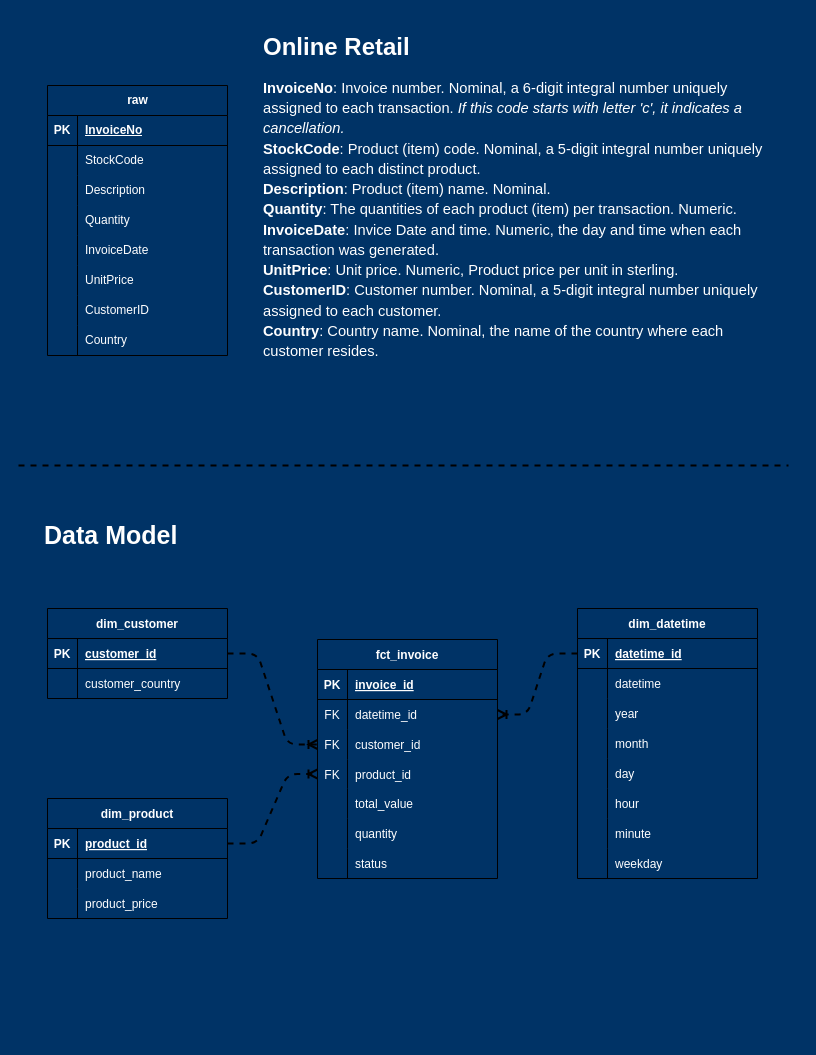
This is include/dataset/data_model.drawio from phcngyn99/online-retail, a draw.io file, before an edit. Source tidied: cells renumbered, new cells numbered last; positions are measured from the earlier drawing's top-left corner, leaving out a move shared by most shapes. Both pictures are drawn from the tidied source at 100%, with x=0, y=0 at pixel (18, 27).
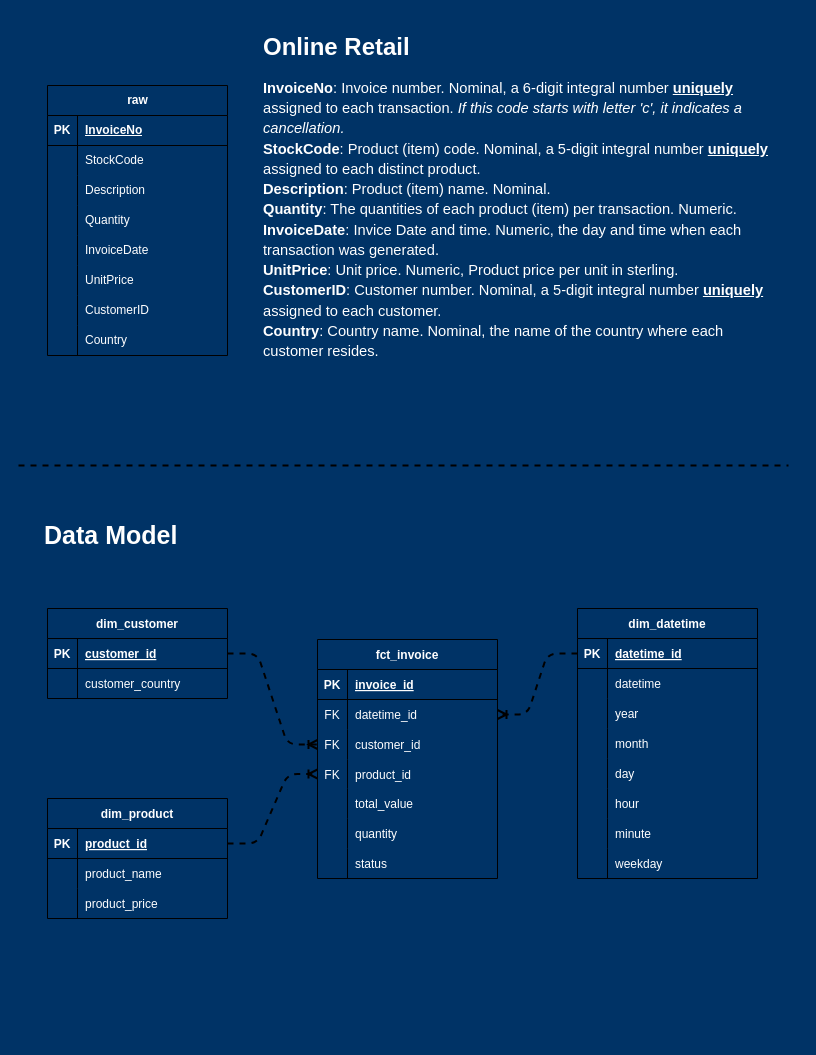
Above is the later version.

Commit message:
Fix model diagram

Diff of the diagram source:
```diff
@@
-    <mxCell id="92" value="&lt;h1&gt;&lt;font&gt;Online Retail&lt;/font&gt;&lt;/h1&gt;&lt;p style=&quot;line-height:1.38;margin-top:0pt;margin-bottom:0pt;&quot; dir=&quot;ltr&quot;&gt;&lt;span style=&quot;font-size: 11pt; font-family: Arial, sans-serif; background-color: transparent; font-variant: normal; text-decoration: none; vertical-align: baseline;&quot;&gt;&lt;font style=&quot;&quot;&gt;&lt;b style=&quot;font-style: normal;&quot;&gt;InvoiceNo&lt;/b&gt;: Invoice number. Nominal, a 6-digit integral number uniquely assigned to each transaction. &lt;i&gt;If this code starts with letter 'c', it indicates a cancellation.&lt;/i&gt;&lt;/font&gt;&lt;/span&gt;&lt;/p&gt;&lt;p style=&quot;line-height:1.38;margin-top:0pt;margin-bottom:0pt;&quot; dir=&quot;ltr&quot;&gt;&lt;span style=&quot;font-size: 11pt; font-family: Arial, sans-serif; background-color: transparent; font-style: normal; font-variant: normal; text-decoration: none; vertical-align: baseline;&quot;&gt;&lt;font style=&quot;&quot;&gt;&lt;b&gt;StockCode&lt;/b&gt;: Product (item) code. Nominal, a 5-digit integral number uniquely assigned to each distinct product.&lt;/font&gt;&lt;/span&gt;&lt;/p&gt;&lt;p style=&quot;line-height:1.38;margin-top:0pt;margin-bottom:0pt;&quot; dir=&quot;ltr&quot;&gt;&lt;span style=&quot;font-size: 11pt; font-family: Arial, sans-serif; background-color: transparent; font-style: normal; font-variant: normal; text-decoration: none; vertical-align: baseline;&quot;&gt;&lt;font style=&quot;&quot;&gt;&lt;b&gt;Description&lt;/b&gt;: Product (item) name. Nominal.&lt;/font&gt;&lt;/span&gt;&lt;/p&gt;&lt;p style=&quot;line-height:1.38;margin-top:0pt;margin-bottom:0pt;&quot; dir=&quot;ltr&quot;&gt;&lt;span style=&quot;font-size: 11pt; font-family: Arial, sans-serif; background-color: transparent; font-style: normal; font-variant: normal; text-decoration: none; vertical-align: baseline;&quot;&gt;&lt;font style=&quot;&quot;&gt;&lt;b&gt;Quantity&lt;/b&gt;: The quantities of each product (item) per transaction. Numeric.&lt;/font&gt;&lt;/span&gt;&lt;/p&gt;&lt;p style=&quot;line-height:1.38;margin-top:0pt;margin-bottom:0pt;&quot; dir=&quot;ltr&quot;&gt;&lt;span style=&quot;font-size: 11pt; font-family: Arial, sans-serif; background-color: transparent; font-style: normal; font-variant: normal; text-decoration: none; vertical-align: baseline;&quot;&gt;&lt;font style=&quot;&quot;&gt;&lt;b&gt;InvoiceDate&lt;/b&gt;: Invice Date and time. Numeric, the day and time when each transaction was generated.&lt;/font&gt;&lt;/span&gt;&lt;/p&gt;&lt;p style=&quot;line-height:1.38;margin-top:0pt;margin-bottom:0pt;&quot; dir=&quot;ltr&quot;&gt;&lt;span style=&quot;font-size: 11pt; font-family: Arial, sans-serif; background-color: transparent; font-style: normal; font-variant: normal; text-decoration: none; vertical-align: baseline;&quot;&gt;&lt;font style=&quot;&quot;&gt;&lt;b&gt;UnitPrice&lt;/b&gt;: Unit price. Numeric, Product price per unit in sterling.&lt;/font&gt;&lt;/span&gt;&lt;/p&gt;&lt;p style=&quot;line-height:1.38;margin-top:0pt;margin-bottom:0pt;&quot; dir=&quot;ltr&quot;&gt;&lt;span style=&quot;font-size: 11pt; font-family: Arial, sans-serif; background-color: transparent; font-style: normal; font-variant: normal; text-decoration: none; vertical-align: baseline;&quot;&gt;&lt;font style=&quot;&quot;&gt;&lt;b&gt;CustomerID&lt;/b&gt;: Customer number. Nominal, a 5-digit integral number uniquely assigned to each customer.&lt;/font&gt;&lt;/span&gt;&lt;/p&gt;&lt;p style=&quot;line-height:1.38;margin-top:0pt;margin-bottom:0pt;&quot; dir=&quot;ltr&quot;&gt;&lt;span style=&quot;background-color: transparent; font-family: Arial, sans-serif; font-size: 11pt;&quot;&gt;&lt;b&gt;Country&lt;/b&gt;: Country name. Nominal, the name of the country where each customer resides.&lt;/span&gt;&lt;/p&gt;" style="text;html=1;strokeColor=none;fillColor=none;spacing=5;spacingTop=-20;whiteSpace=wrap;overflow=hidden;rounded=0;fontColor=#FFFFFF;" parent="1" vertex="1">
+    <mxCell id="92" value="&lt;h1&gt;&lt;font&gt;Online Retail&lt;/font&gt;&lt;/h1&gt;&lt;p style=&quot;line-height:1.38;margin-top:0pt;margin-bottom:0pt;&quot; dir=&quot;ltr&quot;&gt;&lt;span style=&quot;font-size: 11pt; font-family: Arial, sans-serif; background-color: transparent; font-variant: normal; vertical-align: baseline;&quot;&gt;&lt;font style=&quot;&quot;&gt;&lt;b style=&quot;text-decoration-line: none; font-style: normal;&quot;&gt;InvoiceNo&lt;/b&gt;: Invoice number. Nominal, a 6-digit integral number &lt;b style=&quot;&quot;&gt;&lt;u&gt;uniquely&lt;/u&gt;&lt;/b&gt; assigned to each transaction. &lt;i style=&quot;text-decoration-line: none;&quot;&gt;If this code starts with letter 'c', it indicates a cancellation.&lt;/i&gt;&lt;/font&gt;&lt;/span&gt;&lt;/p&gt;&lt;p style=&quot;line-height:1.38;margin-top:0pt;margin-bottom:0pt;&quot; dir=&quot;ltr&quot;&gt;&lt;span style=&quot;font-size: 11pt; font-family: Arial, sans-serif; background-color: transparent; font-style: normal; font-variant: normal; vertical-align: baseline;&quot;&gt;&lt;font style=&quot;&quot;&gt;&lt;b style=&quot;text-decoration-line: none;&quot;&gt;StockCode&lt;/b&gt;: Product (item) code. Nominal, a 5-digit integral number &lt;b style=&quot;&quot;&gt;&lt;u&gt;uniquely&lt;/u&gt;&lt;/b&gt; assigned to each distinct product.&lt;/font&gt;&lt;/span&gt;&lt;/p&gt;&lt;p style=&quot;line-height:1.38;margin-top:0pt;margin-bottom:0pt;&quot; dir=&quot;ltr&quot;&gt;&lt;span style=&quot;font-size: 11pt; font-family: Arial, sans-serif; background-color: transparent; font-style: normal; font-variant: normal; text-decoration: none; vertical-align: baseline;&quot;&gt;&lt;font style=&quot;&quot;&gt;&lt;b&gt;Description&lt;/b&gt;: Product (item) name. Nominal.&lt;/font&gt;&lt;/span&gt;&lt;/p&gt;&lt;p style=&quot;line-height:1.38;margin-top:0pt;margin-bottom:0pt;&quot; dir=&quot;ltr&quot;&gt;&lt;span style=&quot;font-size: 11pt; font-family: Arial, sans-serif; background-color: transparent; font-style: normal; font-variant: normal; text-decoration: none; vertical-align: baseline;&quot;&gt;&lt;font style=&quot;&quot;&gt;&lt;b&gt;Quantity&lt;/b&gt;: The quantities of each product (item) per transaction. Numeric.&lt;/font&gt;&lt;/span&gt;&lt;/p&gt;&lt;p style=&quot;line-height:1.38;margin-top:0pt;margin-bottom:0pt;&quot; dir=&quot;ltr&quot;&gt;&lt;span style=&quot;font-size: 11pt; font-family: Arial, sans-serif; background-color: transparent; font-style: normal; font-variant: normal; text-decoration: none; vertical-align: baseline;&quot;&gt;&lt;font style=&quot;&quot;&gt;&lt;b&gt;InvoiceDate&lt;/b&gt;: Invice Date and time. Numeric, the day and time when each transaction was generated.&lt;/font&gt;&lt;/span&gt;&lt;/p&gt;&lt;p style=&quot;line-height:1.38;margin-top:0pt;margin-bottom:0pt;&quot; dir=&quot;ltr&quot;&gt;&lt;span style=&quot;font-size: 11pt; font-family: Arial, sans-serif; background-color: transparent; font-style: normal; font-variant: normal; text-decoration: none; vertical-align: baseline;&quot;&gt;&lt;font style=&quot;&quot;&gt;&lt;b&gt;UnitPrice&lt;/b&gt;: Unit price. Numeric, Product price per unit in sterling.&lt;/font&gt;&lt;/span&gt;&lt;/p&gt;&lt;p style=&quot;line-height:1.38;margin-top:0pt;margin-bottom:0pt;&quot; dir=&quot;ltr&quot;&gt;&lt;span style=&quot;font-size: 11pt; font-family: Arial, sans-serif; background-color: transparent; font-style: normal; font-variant: normal; vertical-align: baseline;&quot;&gt;&lt;font style=&quot;&quot;&gt;&lt;b style=&quot;text-decoration-line: none;&quot;&gt;CustomerID&lt;/b&gt;: Customer number. Nominal, a 5-digit integral number &lt;u&gt;&lt;b&gt;uniquely&lt;/b&gt;&lt;/u&gt; assigned to each customer.&lt;/font&gt;&lt;/span&gt;&lt;/p&gt;&lt;p style=&quot;line-height:1.38;margin-top:0pt;margin-bottom:0pt;&quot; dir=&quot;ltr&quot;&gt;&lt;span style=&quot;background-color: transparent; font-family: Arial, sans-serif; font-size: 11pt;&quot;&gt;&lt;b&gt;Country&lt;/b&gt;: Country name. Nominal, the name of the country where each customer resides.&lt;/span&gt;&lt;/p&gt;" style="text;html=1;strokeColor=none;fillColor=none;spacing=5;spacingTop=-20;whiteSpace=wrap;overflow=hidden;rounded=0;fontColor=#FFFFFF;" parent="1" vertex="1">
       <mxGeometry x="240" width="530" height="370" as="geometry" />
     </mxCell>
```
